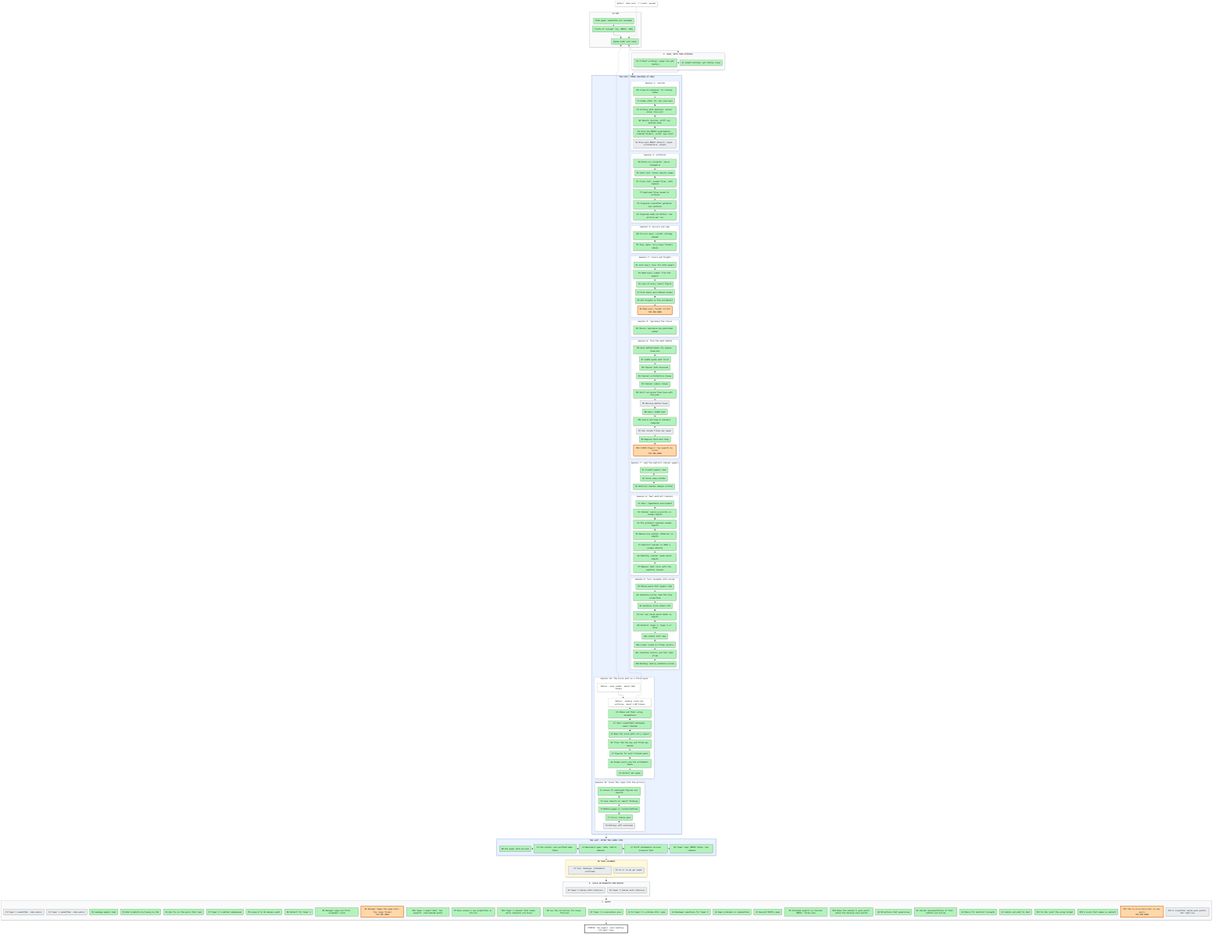
This is artifacts/notes/progress/map.png from mo-rsa24/concept-composition, a Mermaid export, as it was before one commit. Its source is kept beside it as artifacts/notes/progress/map.mmd.
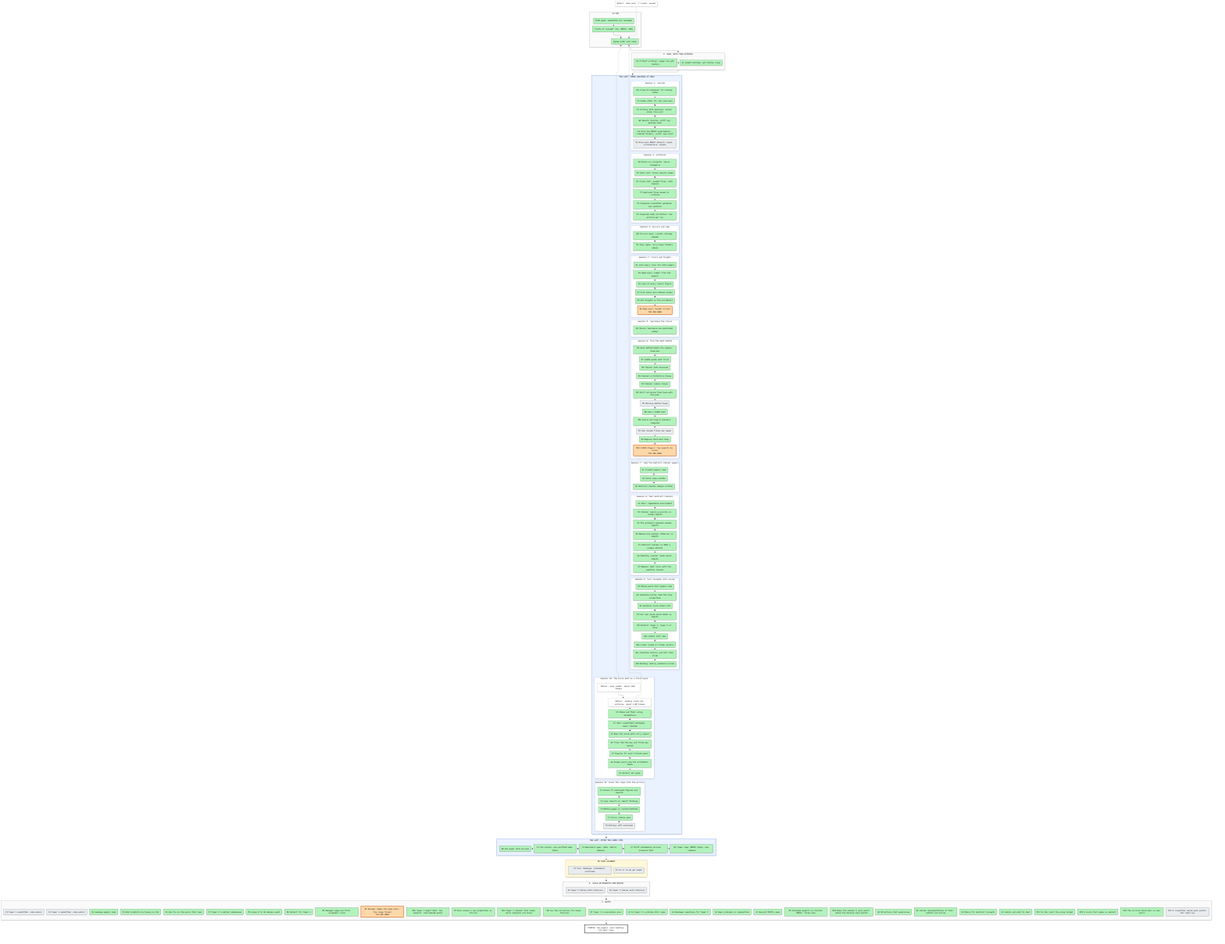
After the commit.

Commit message:
Progress map re-rendered

Change to the diagram source:
```diff
@@ -74,7 +74,7 @@
   end
   subgraph SF["F. WRITE"]
     direction LR
-    F1["F1 Paper 1 submitted, code public"]:::todo ~~~ F2["F2 Paper 2 submitted, code public"]:::todo ~~~ Z1["Z1 Leakage papers read"]:::done ~~~ Z2["Z2 What predicts borrowing on CO3"]:::done ~~~ Z3["Z3 One fix on the pairs that leak"]:::done ~~~ Z4["Z4 Paper 2's method redesigned"]:::done ~~~ Z5["Z5 Loops 8 to 10 design audit"]:::done ~~~ Z6["Z6 Verdict for Paper 2"]:::done ~~~ N1["N1 Manager page and first alignment round"]:::done ~~~ N2["N2 Manager keeps the page until the loops finish<br/>YOU ARE HERE"]:::doing ~~~ M11["M11 Paper 1 digit test: the experts' vote beside paste"]:::done ~~~ Z7["Z7 Each animal's own prediction in its box"]:::done ~~~ M12["M12 Paper 2 checker that reads which subjects are drawn"]:::done ~~~ Z8["Z8 Can the correction fix known failures"]:::done ~~~ K7["K7 Paper 1's evaluation plan"]:::done ~~~ G1["G1 Is Paper 2's problem still open"]:::done ~~~ G2["G2 Reviewer questions for Paper 1"]:::done ~~~ G3["G3 Open problems in composition"]:::done ~~~ G4["G4 Exploit DCFM's gaps"]:::done ~~~ Z9["Z9 Finished experts on Colored MNIST, three arms"]:::done ~~~ M13["M13 Does the checker's push point where the missing term points"]:::done ~~~ H1["H1 Directions that generalise"]:::done ~~~ H2["H2 Shared representations of text, latents and scores"]:::done ~~~ H3["H3 Dials for abstract concepts"]:::done ~~~ H4["H4 Limits and what to test"]:::done ~~~ M14["M14 Is the joint the wrong target"]:::done ~~~ M15["M15 A score that names no subject"]:::done ~~~ Z10["Z10 The co-occurrence dial on new pairs<br/>YOU ARE HERE"]:::doing ~~~ Z11["Z11 A classifier whose push points the right way"]:::todo
+    F1["F1 Paper 1 submitted, code public"]:::todo ~~~ F2["F2 Paper 2 submitted, code public"]:::todo ~~~ Z1["Z1 Leakage papers read"]:::done ~~~ Z2["Z2 What predicts borrowing on CO3"]:::done ~~~ Z3["Z3 One fix on the pairs that leak"]:::done ~~~ Z4["Z4 Paper 2's method redesigned"]:::done ~~~ Z5["Z5 Loops 8 to 10 design audit"]:::done ~~~ Z6["Z6 Verdict for Paper 2"]:::done ~~~ N1["N1 Manager page and first alignment round"]:::done ~~~ N2["N2 Manager keeps the page until the loops finish<br/>YOU ARE HERE"]:::doing ~~~ M11["M11 Paper 1 digit test: the experts' vote beside paste"]:::done ~~~ Z7["Z7 Each animal's own prediction in its box"]:::done ~~~ M12["M12 Paper 2 checker that reads which subjects are drawn"]:::done ~~~ Z8["Z8 Can the correction fix known failures"]:::done ~~~ K7["K7 Paper 1's evaluation plan"]:::done ~~~ G1["G1 Is Paper 2's problem still open"]:::done ~~~ G2["G2 Reviewer questions for Paper 1"]:::done ~~~ G3["G3 Open problems in composition"]:::done ~~~ G4["G4 Exploit DCFM's gaps"]:::done ~~~ Z9["Z9 Finished experts on Colored MNIST, three arms"]:::done ~~~ M13["M13 Does the checker's push point where the missing term points"]:::done ~~~ H1["H1 Directions that generalise"]:::done ~~~ H2["H2 Shared representations of text, latents and scores"]:::done ~~~ H3["H3 Dials for abstract concepts"]:::done ~~~ H4["H4 Limits and what to test"]:::done ~~~ M14["M14 Is the joint the wrong target"]:::done ~~~ M15["M15 A score that names no subject"]:::done ~~~ Z10["Z10 The co-occurrence dial on new pairs"]:::done ~~~ Z11["Z11 A classifier whose push points the right way"]:::todo
   end
   GOAL["FINISH: two papers, each beating its best rival"]:::goal
   X0["Detour: idea walk, 7 claims, paused"]:::detour -.-> P2
```
